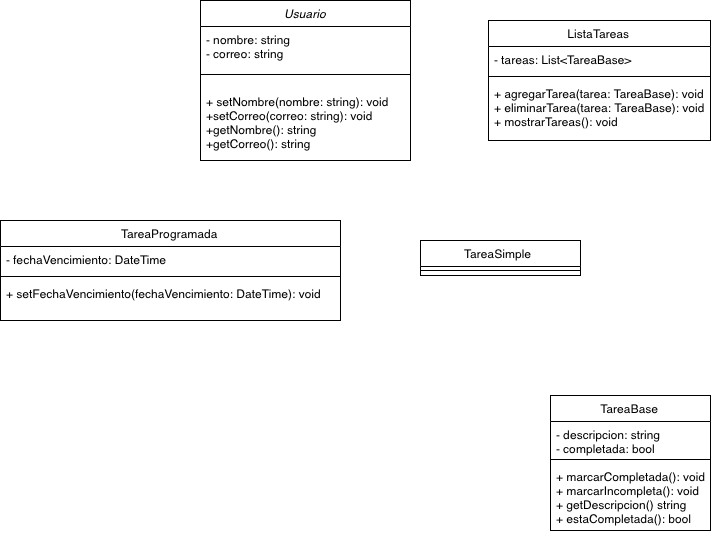
Before: TC1030_Proyecto.png, a diagram exported from draw.io (A01712128/TC1030_PROYECTO). Source tidied: cells renumbered, new cells last; positions are measured from the earlier drawing's top-left corner, leaving out a move shared by most shapes.
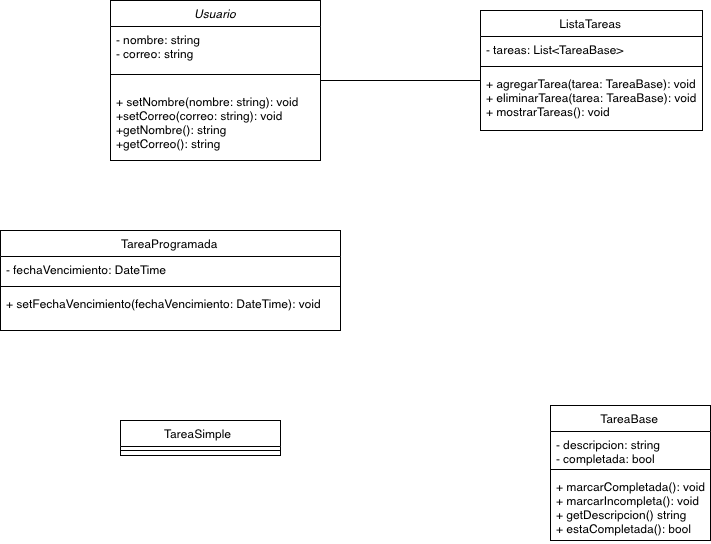
After the commit.

Change to the diagram source:
```diff
@@ -3,7 +3,7 @@
     <mxCell id="0" />
     <mxCell id="1" parent="0" />
     <mxCell id="2" value="Usuario" style="swimlane;fontStyle=2;align=center;verticalAlign=top;horizontal=1;startSize=26;rounded=0;shadow=0;strokeWidth=1;" parent="1" vertex="1">
-      <mxGeometry x="200" width="210" height="160" as="geometry" />
+      <mxGeometry x="110" y="-10" width="210" height="160" as="geometry" />
     </mxCell>
     <mxCell id="3" value="- nombre: string&#10;- correo: string" style="text;align=left;verticalAlign=top;spacingLeft=4;spacingRight=4;overflow=hidden;" parent="2" vertex="1">
       <mxGeometry y="26" width="210" height="34" as="geometry" />
@@ -11,6 +11,9 @@
     <mxCell id="4" style="line;html=1;strokeWidth=1;align=left;verticalAlign=middle;spacingTop=-1;spacingLeft=3;spacingRight=3;labelPosition=right;" parent="2" vertex="1">
       <mxGeometry y="60" width="210" height="28" as="geometry" />
     </mxCell>
+    <mxCell id="17" value="+ setNombre(nombre: string): void&#10;+setCorreo(correo: string): void&#10;+getNombre(): string&#10;+getCorreo(): string" style="text;align=left;verticalAlign=top;spacingLeft=4;spacingRight=4;overflow=hidden;" parent="2" vertex="1">
+      <mxGeometry y="88" width="210" height="72" as="geometry" />
+    </mxCell>
     <mxCell id="5" value="TareaProgramada" style="swimlane;fontStyle=0;align=center;verticalAlign=top;horizontal=1;startSize=26;rounded=0;shadow=0;strokeWidth=1;" parent="1" vertex="1">
       <mxGeometry y="220" width="340" height="100" as="geometry" />
     </mxCell>
@@ -24,7 +27,7 @@
       <mxGeometry y="60" width="340" height="26" as="geometry" />
     </mxCell>
     <mxCell id="9" value="ListaTareas" style="swimlane;fontStyle=0;align=center;verticalAlign=top;horizontal=1;startSize=26;rounded=0;shadow=0;strokeWidth=1;" parent="1" vertex="1">
-      <mxGeometry x="488" y="20" width="222" height="120" as="geometry" />
+      <mxGeometry x="480" width="222" height="120" as="geometry" />
     </mxCell>
     <mxCell id="10" value="- tareas: List&lt;TareaBase&gt;" style="text;align=left;verticalAlign=top;spacingLeft=4;spacingRight=4;overflow=hidden;" parent="9" vertex="1">
       <mxGeometry y="26" width="222" height="26" as="geometry" />
@@ -32,6 +35,9 @@
     <mxCell id="11" style="line;html=1;strokeWidth=1;align=left;verticalAlign=middle;spacingTop=-1;spacingLeft=3;spacingRight=3;labelPosition=right;" parent="9" vertex="1">
       <mxGeometry y="52" width="222" height="8" as="geometry" />
     </mxCell>
+    <mxCell id="18" value="+ agregarTarea(tarea: TareaBase): void&#10;+ eliminarTarea(tarea: TareaBase): void&#10;+ mostrarTareas(): void" style="text;align=left;verticalAlign=top;spacingLeft=4;spacingRight=4;overflow=hidden;" parent="9" vertex="1">
+      <mxGeometry y="60" width="222" height="50" as="geometry" />
+    </mxCell>
     <mxCell id="12" value="TareaBase" style="swimlane;fontStyle=0;align=center;verticalAlign=top;horizontal=1;startSize=26;rounded=0;shadow=0;strokeWidth=1;" parent="1" vertex="1">
       <mxGeometry x="550" y="395" width="160" height="135" as="geometry" />
     </mxCell>
@@ -42,19 +48,19 @@
       <mxGeometry y="60" width="160" height="8" as="geometry" />
     </mxCell>
     <mxCell id="15" value="TareaSimple " style="swimlane;fontStyle=0;align=center;verticalAlign=top;horizontal=1;startSize=26;rounded=0;shadow=0;strokeWidth=1;" parent="1" vertex="1">
-      <mxGeometry x="420" y="240" width="160" height="35" as="geometry" />
+      <mxGeometry x="120" y="410" width="160" height="35" as="geometry" />
     </mxCell>
     <mxCell id="16" style="line;html=1;strokeWidth=1;align=left;verticalAlign=middle;spacingTop=-1;spacingLeft=3;spacingRight=3;labelPosition=right;" parent="15" vertex="1">
       <mxGeometry y="26" width="160" height="8" as="geometry" />
     </mxCell>
-    <mxCell id="17" value="+ setNombre(nombre: string): void&#10;+setCorreo(correo: string): void&#10;+getNombre(): string&#10;+getCorreo(): string" style="text;align=left;verticalAlign=top;spacingLeft=4;spacingRight=4;overflow=hidden;" parent="1" vertex="1">
-      <mxGeometry x="200" y="88" width="210" height="72" as="geometry" />
-    </mxCell>
-    <mxCell id="18" value="+ agregarTarea(tarea: TareaBase): void&#10;+ eliminarTarea(tarea: TareaBase): void&#10;+ mostrarTareas(): void" style="text;align=left;verticalAlign=top;spacingLeft=4;spacingRight=4;overflow=hidden;" parent="1" vertex="1">
-      <mxGeometry x="488" y="80" width="222" height="50" as="geometry" />
-    </mxCell>
     <mxCell id="19" value="+ marcarCompletada(): void&#10;+ marcarIncompleta(): void&#10;+ getDescripcion() string&#10;+ estaCompletada(): bool" style="text;align=left;verticalAlign=top;spacingLeft=4;spacingRight=4;overflow=hidden;" parent="1" vertex="1">
       <mxGeometry x="550" y="463" width="160" height="67" as="geometry" />
     </mxCell>
+    <mxCell id="20" style="endArrow=none;html=1;edgeStyle=orthogonalEdgeStyle;rounded=0;fontSize=12;startSize=8;endSize=8;curved=1;" parent="1" edge="1">
+      <mxGeometry relative="1" as="geometry">
+        <mxPoint x="320" y="70" as="sourcePoint" />
+        <mxPoint x="480" y="70" as="targetPoint" />
+      </mxGeometry>
+    </mxCell>
   </root>
 </mxGraphModel>
```
